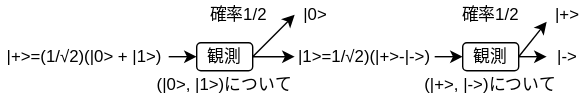
The draw.io diagram images/lec-qc3.drawio.svg in herumi/lecture-crypto, before a commit. Source tidied: cells renumbered, new cells last; positions are measured from the earlier drawing's top-left corner, leaving out a move shared by most shapes. The source it was exported from:
```xml
<mxGraphModel>
  <root>
    <mxCell id="0" />
    <mxCell id="1" parent="0" />
    <mxCell id="2" style="edgeStyle=none;html=1;exitX=1;exitY=0.5;exitDx=0;exitDy=0;entryX=0;entryY=0.5;entryDx=0;entryDy=0;" parent="1" edge="1" source="3" target="6">
      <mxGeometry relative="1" as="geometry" />
    </mxCell>
    <mxCell id="3" value="|+&amp;gt;=(1/√2)(|0&amp;gt; + |1&amp;gt;)" style="text;html=1;align=center;verticalAlign=middle;whiteSpace=wrap;rounded=0;" parent="1" vertex="1">
      <mxGeometry y="30" width="120" height="20" as="geometry" />
    </mxCell>
    <mxCell id="4" style="edgeStyle=none;html=1;exitX=1;exitY=0.5;exitDx=0;exitDy=0;" parent="1" edge="1" source="6" target="9">
      <mxGeometry relative="1" as="geometry" />
    </mxCell>
    <mxCell id="5" style="edgeStyle=none;html=1;exitX=1;exitY=0.5;exitDx=0;exitDy=0;entryX=0;entryY=0.5;entryDx=0;entryDy=0;" parent="1" edge="1" source="6" target="7">
      <mxGeometry relative="1" as="geometry" />
    </mxCell>
    <mxCell id="6" value="観測" style="rounded=1;whiteSpace=wrap;html=1;" parent="1" vertex="1">
      <mxGeometry x="140" y="30" width="40" height="20" as="geometry" />
    </mxCell>
    <mxCell id="7" value="|0&amp;gt;" style="text;html=1;align=center;verticalAlign=middle;whiteSpace=wrap;rounded=0;" parent="1" vertex="1">
      <mxGeometry x="210" width="30" height="20" as="geometry" />
    </mxCell>
    <mxCell id="8" style="edgeStyle=none;html=1;exitX=1;exitY=0.5;exitDx=0;exitDy=0;entryX=0;entryY=0.5;entryDx=0;entryDy=0;" parent="1" edge="1" source="9" target="13">
      <mxGeometry relative="1" as="geometry" />
    </mxCell>
    <mxCell id="9" value="|1&amp;gt;=1/√2)(|+&amp;gt;-|-&amp;gt;)" style="text;html=1;align=center;verticalAlign=middle;whiteSpace=wrap;rounded=0;" parent="1" vertex="1">
      <mxGeometry x="210" y="30" width="100" height="20" as="geometry" />
    </mxCell>
    <mxCell id="10" value="確率1/2" style="text;html=1;align=center;verticalAlign=middle;whiteSpace=wrap;rounded=0;" parent="1" vertex="1">
      <mxGeometry x="140" width="60" height="20" as="geometry" />
    </mxCell>
    <mxCell id="11" style="edgeStyle=none;html=1;exitX=1;exitY=0.5;exitDx=0;exitDy=0;entryX=0;entryY=0.75;entryDx=0;entryDy=0;" parent="1" edge="1" source="13" target="17">
      <mxGeometry relative="1" as="geometry" />
    </mxCell>
    <mxCell id="12" style="edgeStyle=none;html=1;exitX=1;exitY=0.5;exitDx=0;exitDy=0;entryX=0;entryY=0.5;entryDx=0;entryDy=0;" parent="1" edge="1" source="13" target="16">
      <mxGeometry relative="1" as="geometry" />
    </mxCell>
    <mxCell id="13" value="観測" style="rounded=1;whiteSpace=wrap;html=1;" parent="1" vertex="1">
      <mxGeometry x="330" y="30" width="40" height="20" as="geometry" />
    </mxCell>
    <mxCell id="14" value="(|0&amp;gt;, |1&amp;gt;)について" style="text;html=1;align=center;verticalAlign=middle;whiteSpace=wrap;rounded=0;" parent="1" vertex="1">
      <mxGeometry x="110" y="50" width="100" height="20" as="geometry" />
    </mxCell>
    <mxCell id="15" value="(|+&amp;gt;, |-&amp;gt;)について" style="text;html=1;align=center;verticalAlign=middle;whiteSpace=wrap;rounded=0;" parent="1" vertex="1">
      <mxGeometry x="300" y="50" width="100" height="20" as="geometry" />
    </mxCell>
    <mxCell id="16" value="|-&amp;gt;" style="text;html=1;align=center;verticalAlign=middle;whiteSpace=wrap;rounded=0;" parent="1" vertex="1">
      <mxGeometry x="390" y="30" width="30" height="20" as="geometry" />
    </mxCell>
    <mxCell id="17" value="|+&amp;gt;" style="text;html=1;align=center;verticalAlign=middle;whiteSpace=wrap;rounded=0;" parent="1" vertex="1">
      <mxGeometry x="390" width="30" height="20" as="geometry" />
    </mxCell>
    <mxCell id="18" value="確率1/2" style="text;html=1;align=center;verticalAlign=middle;whiteSpace=wrap;rounded=0;" parent="1" vertex="1">
      <mxGeometry x="320" width="60" height="20" as="geometry" />
    </mxCell>
  </root>
</mxGraphModel>
```
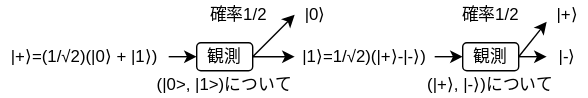
The same diagram one commit later.

Change to the diagram source:
```diff
@@ -5,7 +5,7 @@
     <mxCell id="2" style="edgeStyle=none;html=1;exitX=1;exitY=0.5;exitDx=0;exitDy=0;entryX=0;entryY=0.5;entryDx=0;entryDy=0;" parent="1" edge="1" source="3" target="6">
       <mxGeometry relative="1" as="geometry" />
     </mxCell>
-    <mxCell id="3" value="|+&amp;gt;=(1/√2)(|0&amp;gt; + |1&amp;gt;)" style="text;html=1;align=center;verticalAlign=middle;whiteSpace=wrap;rounded=0;" parent="1" vertex="1">
+    <mxCell id="3" value="|+⟩=(1/√2)(|0⟩ + |1⟩)" style="text;html=1;align=center;verticalAlign=middle;whiteSpace=wrap;rounded=0;" parent="1" vertex="1">
       <mxGeometry y="30" width="120" height="20" as="geometry" />
     </mxCell>
     <mxCell id="4" style="edgeStyle=none;html=1;exitX=1;exitY=0.5;exitDx=0;exitDy=0;" parent="1" edge="1" source="6" target="9">
@@ -17,13 +17,13 @@
     <mxCell id="6" value="観測" style="rounded=1;whiteSpace=wrap;html=1;" parent="1" vertex="1">
       <mxGeometry x="140" y="30" width="40" height="20" as="geometry" />
     </mxCell>
-    <mxCell id="7" value="|0&amp;gt;" style="text;html=1;align=center;verticalAlign=middle;whiteSpace=wrap;rounded=0;" parent="1" vertex="1">
+    <mxCell id="7" value="|0⟩" style="text;html=1;align=center;verticalAlign=middle;whiteSpace=wrap;rounded=0;" parent="1" vertex="1">
       <mxGeometry x="210" width="30" height="20" as="geometry" />
     </mxCell>
     <mxCell id="8" style="edgeStyle=none;html=1;exitX=1;exitY=0.5;exitDx=0;exitDy=0;entryX=0;entryY=0.5;entryDx=0;entryDy=0;" parent="1" edge="1" source="9" target="13">
       <mxGeometry relative="1" as="geometry" />
     </mxCell>
-    <mxCell id="9" value="|1&amp;gt;=1/√2)(|+&amp;gt;-|-&amp;gt;)" style="text;html=1;align=center;verticalAlign=middle;whiteSpace=wrap;rounded=0;" parent="1" vertex="1">
+    <mxCell id="9" value="|1⟩=1/√2)(|+⟩-|-⟩)" style="text;html=1;align=center;verticalAlign=middle;whiteSpace=wrap;rounded=0;" parent="1" vertex="1">
       <mxGeometry x="210" y="30" width="100" height="20" as="geometry" />
     </mxCell>
     <mxCell id="10" value="確率1/2" style="text;html=1;align=center;verticalAlign=middle;whiteSpace=wrap;rounded=0;" parent="1" vertex="1">
@@ -41,13 +41,13 @@
     <mxCell id="14" value="(|0&amp;gt;, |1&amp;gt;)について" style="text;html=1;align=center;verticalAlign=middle;whiteSpace=wrap;rounded=0;" parent="1" vertex="1">
       <mxGeometry x="110" y="50" width="100" height="20" as="geometry" />
     </mxCell>
-    <mxCell id="15" value="(|+&amp;gt;, |-&amp;gt;)について" style="text;html=1;align=center;verticalAlign=middle;whiteSpace=wrap;rounded=0;" parent="1" vertex="1">
+    <mxCell id="15" value="(|+⟩, |-⟩)について" style="text;html=1;align=center;verticalAlign=middle;whiteSpace=wrap;rounded=0;" parent="1" vertex="1">
       <mxGeometry x="300" y="50" width="100" height="20" as="geometry" />
     </mxCell>
-    <mxCell id="16" value="|-&amp;gt;" style="text;html=1;align=center;verticalAlign=middle;whiteSpace=wrap;rounded=0;" parent="1" vertex="1">
+    <mxCell id="16" value="|-⟩" style="text;html=1;align=center;verticalAlign=middle;whiteSpace=wrap;rounded=0;" parent="1" vertex="1">
       <mxGeometry x="390" y="30" width="30" height="20" as="geometry" />
     </mxCell>
-    <mxCell id="17" value="|+&amp;gt;" style="text;html=1;align=center;verticalAlign=middle;whiteSpace=wrap;rounded=0;" parent="1" vertex="1">
+    <mxCell id="17" value="|+⟩" style="text;html=1;align=center;verticalAlign=middle;whiteSpace=wrap;rounded=0;" parent="1" vertex="1">
       <mxGeometry x="390" width="30" height="20" as="geometry" />
     </mxCell>
     <mxCell id="18" value="確率1/2" style="text;html=1;align=center;verticalAlign=middle;whiteSpace=wrap;rounded=0;" parent="1" vertex="1">
```
